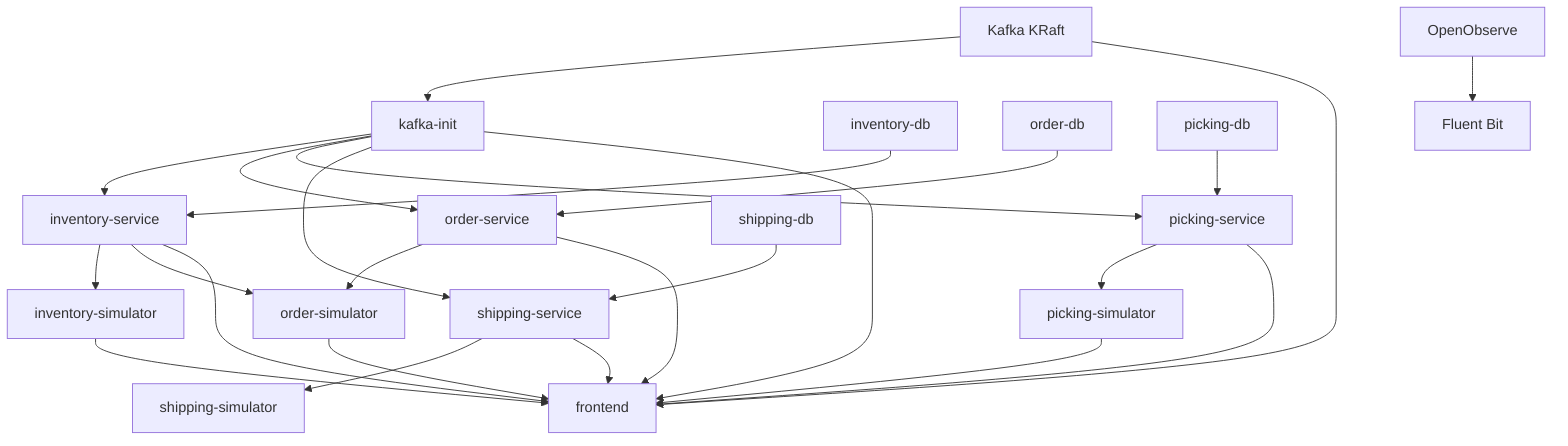
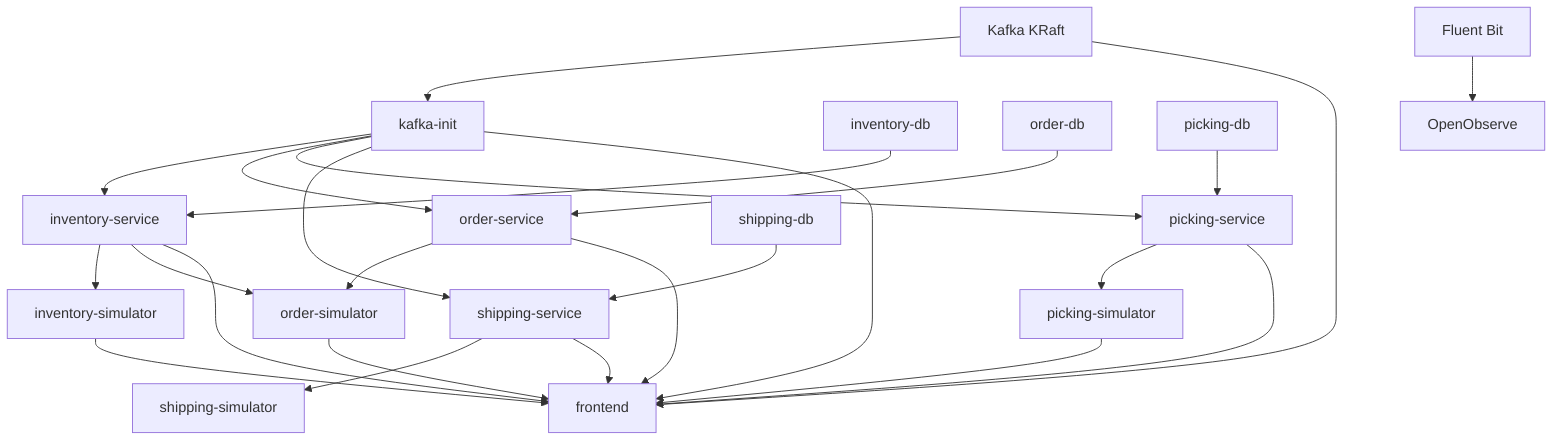
graph TD
    KAFKA[Kafka KRaft] --> KINIT[kafka-init]
    KINIT --> INV[inventory-service]
    KINIT --> ORD[order-service]
    KINIT --> PICK[picking-service]
    KINIT --> SHIP[shipping-service]
    INV --> INVSIM[inventory-simulator]
    SHIP --> SHIPSIM[shipping-simulator]
    INV --> ORDSIM[order-simulator]
    ORD --> ORDSIM
    PICK --> PICKSIM[picking-simulator]

    INVDB[inventory-db] --> INV
    ORDDB[order-db] --> ORD
    PICKDB[picking-db] --> PICK
    SHIPDB[shipping-db] --> SHIP

    INV --> FE[frontend]
    ORD --> FE
    PICK --> FE
    SHIP --> FE
    ORDSIM --> FE
    PICKSIM --> FE
    INVSIM --> FE
    KAFKA --> FE
    KINIT --> FE

-     OO[OpenObserve] --> FB[Fluent Bit]
+     FB[Fluent Bit] --> OO[OpenObserve]
